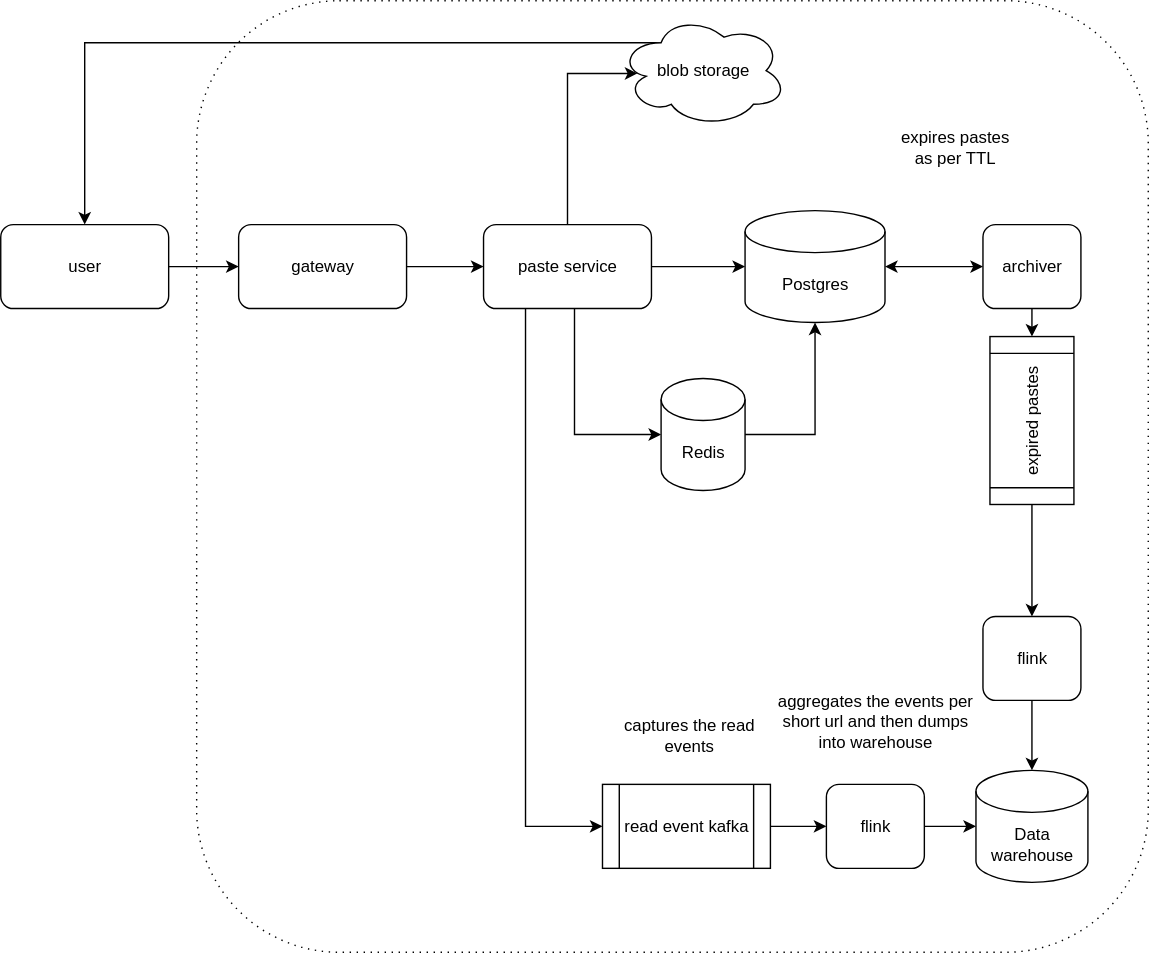
Circles24/high-level-designs keeps this draw.io diagram as pastebin/assets/pastebin.drawio.svg. Above is the earlier version. Source tidied: cells renumbered, new cells last; positions are measured from the earlier drawing's top-left corner, leaving out a move shared by most shapes. The source it was exported from:
```xml
<mxGraphModel>
  <root>
    <mxCell id="0" />
    <mxCell id="1" parent="0" />
    <mxCell id="2" style="rounded=1;whiteSpace=wrap;html=1;dashed=1;dashPattern=1 4;" parent="1" vertex="1">
      <mxGeometry x="140" width="680" height="680" as="geometry" />
    </mxCell>
    <mxCell id="3" style="edgeStyle=orthogonalEdgeStyle;rounded=0;jettySize=auto;html=1;exitX=1;exitY=0.5;exitDx=0;exitDy=0;entryX=0;entryY=0.5;entryDx=0;entryDy=0;" parent="1" edge="1" source="4" target="6">
      <mxGeometry relative="1" as="geometry" />
    </mxCell>
    <mxCell id="4" value="user" style="rounded=1;whiteSpace=wrap;html=1;" parent="1" vertex="1">
      <mxGeometry y="160" width="120" height="60" as="geometry" />
    </mxCell>
    <mxCell id="5" style="edgeStyle=orthogonalEdgeStyle;rounded=0;jettySize=auto;html=1;exitX=1;exitY=0.5;exitDx=0;exitDy=0;entryX=0;entryY=0.5;entryDx=0;entryDy=0;" parent="1" edge="1" source="6" target="8">
      <mxGeometry relative="1" as="geometry">
        <Array as="points">
          <mxPoint x="320" y="190" />
          <mxPoint x="320" y="190" />
        </Array>
      </mxGeometry>
    </mxCell>
    <mxCell id="6" value="gateway" style="rounded=1;whiteSpace=wrap;html=1;" parent="1" vertex="1">
      <mxGeometry x="170" y="160" width="120" height="60" as="geometry" />
    </mxCell>
    <mxCell id="7" style="edgeStyle=orthogonalEdgeStyle;rounded=0;jettySize=auto;html=1;entryX=0.109;entryY=0.525;entryDx=0;entryDy=0;entryPerimeter=0;" parent="1" edge="1" source="8" target="31">
      <mxGeometry relative="1" as="geometry">
        <Array as="points">
          <mxPoint x="405" y="52" />
        </Array>
      </mxGeometry>
    </mxCell>
    <mxCell id="8" value="paste service" style="rounded=1;whiteSpace=wrap;html=1;" parent="1" vertex="1">
      <mxGeometry x="345" y="160" width="120" height="60" as="geometry" />
    </mxCell>
    <mxCell id="9" style="edgeStyle=orthogonalEdgeStyle;rounded=0;jettySize=auto;html=1;entryX=0;entryY=0.5;entryDx=0;entryDy=0;exitX=0.25;exitY=1;exitDx=0;exitDy=0;" parent="1" edge="1" source="8" target="17">
      <mxGeometry relative="1" as="geometry" />
    </mxCell>
    <mxCell id="10" value="Redis" style="shape=cylinder3;whiteSpace=wrap;html=1;boundedLbl=1;backgroundOutline=1;size=15;" parent="1" vertex="1">
      <mxGeometry x="471.9" y="270" width="60" height="80" as="geometry" />
    </mxCell>
    <mxCell id="11" value="Postgres" style="shape=cylinder3;whiteSpace=wrap;html=1;boundedLbl=1;backgroundOutline=1;size=15;" parent="1" vertex="1">
      <mxGeometry x="531.9" y="150" width="100" height="80" as="geometry" />
    </mxCell>
    <mxCell id="12" style="edgeStyle=orthogonalEdgeStyle;rounded=0;jettySize=auto;html=1;entryX=0.5;entryY=1;entryDx=0;entryDy=0;entryPerimeter=0;" parent="1" edge="1" source="10" target="11">
      <mxGeometry relative="1" as="geometry">
        <Array as="points">
          <mxPoint x="582" y="310" />
        </Array>
      </mxGeometry>
    </mxCell>
    <mxCell id="13" style="edgeStyle=orthogonalEdgeStyle;rounded=0;jettySize=auto;html=1;entryX=1;entryY=0.5;entryDx=0;entryDy=0;" parent="1" edge="1" source="14" target="25">
      <mxGeometry relative="1" as="geometry">
        <Array as="points">
          <mxPoint x="737" y="241" />
        </Array>
      </mxGeometry>
    </mxCell>
    <mxCell id="14" value="archiver" style="rounded=1;whiteSpace=wrap;html=1;" parent="1" vertex="1">
      <mxGeometry x="701.9" y="160" width="70" height="60" as="geometry" />
    </mxCell>
    <mxCell id="15" style="edgeStyle=orthogonalEdgeStyle;rounded=0;jettySize=auto;html=1;entryX=1;entryY=0.5;entryDx=0;entryDy=0;entryPerimeter=0;startArrow=classic;startFill=1;" parent="1" edge="1" source="14" target="11">
      <mxGeometry relative="1" as="geometry">
        <Array as="points">
          <mxPoint x="660" y="190" />
        </Array>
      </mxGeometry>
    </mxCell>
    <mxCell id="16" style="edgeStyle=orthogonalEdgeStyle;rounded=0;jettySize=auto;html=1;entryX=0;entryY=0.5;entryDx=0;entryDy=0;" parent="1" edge="1" source="17" target="18">
      <mxGeometry relative="1" as="geometry" />
    </mxCell>
    <mxCell id="17" value="read event kafka" style="shape=process;whiteSpace=wrap;html=1;backgroundOutline=1;" parent="1" vertex="1">
      <mxGeometry x="430" y="560" width="120" height="60" as="geometry" />
    </mxCell>
    <mxCell id="18" value="flink" style="rounded=1;whiteSpace=wrap;html=1;" parent="1" vertex="1">
      <mxGeometry x="590" y="560" width="70" height="60" as="geometry" />
    </mxCell>
    <mxCell id="19" value="Data warehouse" style="shape=cylinder3;whiteSpace=wrap;html=1;boundedLbl=1;backgroundOutline=1;size=15;" parent="1" vertex="1">
      <mxGeometry x="696.9" y="550" width="80" height="80" as="geometry" />
    </mxCell>
    <mxCell id="20" style="edgeStyle=orthogonalEdgeStyle;rounded=0;jettySize=auto;html=1;entryX=0;entryY=0.5;entryDx=0;entryDy=0;entryPerimeter=0;" parent="1" edge="1" source="18" target="19">
      <mxGeometry relative="1" as="geometry" />
    </mxCell>
    <mxCell id="21" value="expires pastes as per TTL" style="text;html=1;align=center;verticalAlign=middle;whiteSpace=wrap;rounded=0;" parent="1" vertex="1">
      <mxGeometry x="636.9" y="90" width="90" height="30" as="geometry" />
    </mxCell>
    <mxCell id="22" value="captures the read events" style="text;html=1;align=center;verticalAlign=middle;whiteSpace=wrap;rounded=0;" parent="1" vertex="1">
      <mxGeometry x="442.5" y="510" width="97.5" height="30" as="geometry" />
    </mxCell>
    <mxCell id="23" value="aggregates the events per short url and then dumps into warehouse" style="text;html=1;align=center;verticalAlign=middle;whiteSpace=wrap;rounded=0;" parent="1" vertex="1">
      <mxGeometry x="548.1" y="500" width="153.8" height="30" as="geometry" />
    </mxCell>
    <mxCell id="24" style="edgeStyle=orthogonalEdgeStyle;rounded=0;jettySize=auto;html=1;exitX=0;exitY=0.5;exitDx=0;exitDy=0;entryX=0.5;entryY=0;entryDx=0;entryDy=0;" parent="1" edge="1" source="25" target="27">
      <mxGeometry relative="1" as="geometry">
        <Array as="points">
          <mxPoint x="737" y="420" />
          <mxPoint x="737" y="420" />
        </Array>
      </mxGeometry>
    </mxCell>
    <mxCell id="25" value="expired pastes" style="shape=process;whiteSpace=wrap;html=1;backgroundOutline=1;rotation=-90;" parent="1" vertex="1">
      <mxGeometry x="676.9" y="270" width="120" height="60" as="geometry" />
    </mxCell>
    <mxCell id="26" style="edgeStyle=orthogonalEdgeStyle;rounded=0;jettySize=auto;html=1;entryX=0;entryY=0.5;entryDx=0;entryDy=0;entryPerimeter=0;" parent="1" edge="1" source="8" target="11">
      <mxGeometry relative="1" as="geometry" />
    </mxCell>
    <mxCell id="27" value="flink" style="rounded=1;whiteSpace=wrap;html=1;" parent="1" vertex="1">
      <mxGeometry x="701.9" y="440" width="70" height="60" as="geometry" />
    </mxCell>
    <mxCell id="28" style="edgeStyle=orthogonalEdgeStyle;rounded=0;jettySize=auto;html=1;exitX=0.5;exitY=1;exitDx=0;exitDy=0;entryX=0.5;entryY=0;entryDx=0;entryDy=0;entryPerimeter=0;" parent="1" edge="1" source="27" target="19">
      <mxGeometry relative="1" as="geometry" />
    </mxCell>
    <mxCell id="29" style="edgeStyle=orthogonalEdgeStyle;rounded=0;jettySize=auto;html=1;entryX=0;entryY=0.5;entryDx=0;entryDy=0;entryPerimeter=0;" parent="1" edge="1" source="8" target="10">
      <mxGeometry relative="1" as="geometry">
        <Array as="points">
          <mxPoint x="410" y="310" />
        </Array>
      </mxGeometry>
    </mxCell>
    <mxCell id="30" style="edgeStyle=orthogonalEdgeStyle;rounded=0;jettySize=auto;html=1;exitX=0.25;exitY=0.25;exitDx=0;exitDy=0;exitPerimeter=0;" parent="1" edge="1" source="31" target="4">
      <mxGeometry relative="1" as="geometry" />
    </mxCell>
    <mxCell id="31" value="blob storage" style="ellipse;shape=cloud;whiteSpace=wrap;html=1;" parent="1" vertex="1">
      <mxGeometry x="441.9" y="10" width="120" height="80" as="geometry" />
    </mxCell>
  </root>
</mxGraphModel>
```
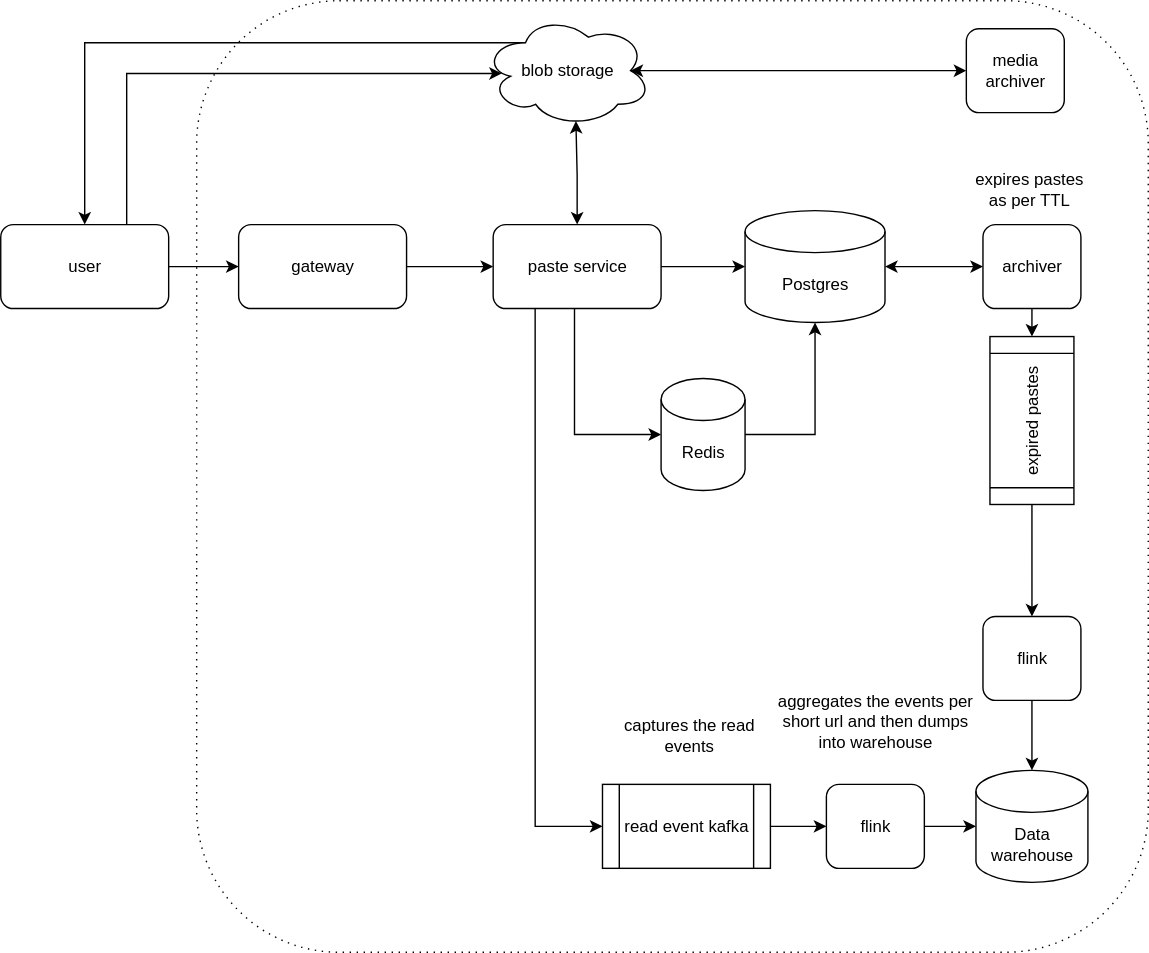
The same diagram one commit later.

Commit message:
fix: pastebin object store flow

The edit, as a diff of the source:
```diff
@@ -22,15 +22,15 @@
     <mxCell id="6" value="gateway" style="rounded=1;whiteSpace=wrap;html=1;" parent="1" vertex="1">
       <mxGeometry x="170" y="160" width="120" height="60" as="geometry" />
     </mxCell>
-    <mxCell id="7" style="edgeStyle=orthogonalEdgeStyle;rounded=0;jettySize=auto;html=1;entryX=0.109;entryY=0.525;entryDx=0;entryDy=0;entryPerimeter=0;" parent="1" edge="1" source="8" target="31">
+    <mxCell id="7" style="edgeStyle=orthogonalEdgeStyle;rounded=0;jettySize=auto;html=1;entryX=0.109;entryY=0.525;entryDx=0;entryDy=0;entryPerimeter=0;exitX=0.75;exitY=0;exitDx=0;exitDy=0;" parent="1" edge="1" source="4" target="31">
       <mxGeometry relative="1" as="geometry">
         <Array as="points">
-          <mxPoint x="405" y="52" />
+          <mxPoint x="90" y="52" />
         </Array>
       </mxGeometry>
     </mxCell>
     <mxCell id="8" value="paste service" style="rounded=1;whiteSpace=wrap;html=1;" parent="1" vertex="1">
-      <mxGeometry x="345" y="160" width="120" height="60" as="geometry" />
+      <mxGeometry x="351.9" y="160" width="120" height="60" as="geometry" />
     </mxCell>
     <mxCell id="9" style="edgeStyle=orthogonalEdgeStyle;rounded=0;jettySize=auto;html=1;entryX=0;entryY=0.5;entryDx=0;entryDy=0;exitX=0.25;exitY=1;exitDx=0;exitDy=0;" parent="1" edge="1" source="8" target="17">
       <mxGeometry relative="1" as="geometry" />
@@ -81,7 +81,7 @@
       <mxGeometry relative="1" as="geometry" />
     </mxCell>
     <mxCell id="21" value="expires pastes as per TTL" style="text;html=1;align=center;verticalAlign=middle;whiteSpace=wrap;rounded=0;" parent="1" vertex="1">
-      <mxGeometry x="636.9" y="90" width="90" height="30" as="geometry" />
+      <mxGeometry x="690" y="120" width="90" height="30" as="geometry" />
     </mxCell>
     <mxCell id="22" value="captures the read events" style="text;html=1;align=center;verticalAlign=middle;whiteSpace=wrap;rounded=0;" parent="1" vertex="1">
       <mxGeometry x="442.5" y="510" width="97.5" height="30" as="geometry" />
@@ -119,8 +119,17 @@
     <mxCell id="30" style="edgeStyle=orthogonalEdgeStyle;rounded=0;jettySize=auto;html=1;exitX=0.25;exitY=0.25;exitDx=0;exitDy=0;exitPerimeter=0;" parent="1" edge="1" source="31" target="4">
       <mxGeometry relative="1" as="geometry" />
     </mxCell>
+    <mxCell id="32" style="edgeStyle=orthogonalEdgeStyle;rounded=0;jettySize=auto;html=1;exitX=0.875;exitY=0.5;exitDx=0;exitDy=0;exitPerimeter=0;entryX=0;entryY=0.5;entryDx=0;entryDy=0;startArrow=classic;startFill=1;" parent="1" edge="1" source="31" target="34">
+      <mxGeometry relative="1" as="geometry" />
+    </mxCell>
     <mxCell id="31" value="blob storage" style="ellipse;shape=cloud;whiteSpace=wrap;html=1;" parent="1" vertex="1">
-      <mxGeometry x="441.9" y="10" width="120" height="80" as="geometry" />
+      <mxGeometry x="345" y="10" width="120" height="80" as="geometry" />
     </mxCell>
+    <mxCell id="33" style="edgeStyle=orthogonalEdgeStyle;rounded=0;jettySize=auto;html=1;entryX=0.55;entryY=0.95;entryDx=0;entryDy=0;entryPerimeter=0;startArrow=classic;startFill=1;" parent="1" edge="1" source="8" target="31">
+      <mxGeometry relative="1" as="geometry" />
+    </mxCell>
+    <mxCell id="34" value="media archiver" style="rounded=1;whiteSpace=wrap;html=1;" parent="1" vertex="1">
+      <mxGeometry x="690" y="20" width="70" height="60" as="geometry" />
+    </mxCell>
   </root>
 </mxGraphModel>
```
